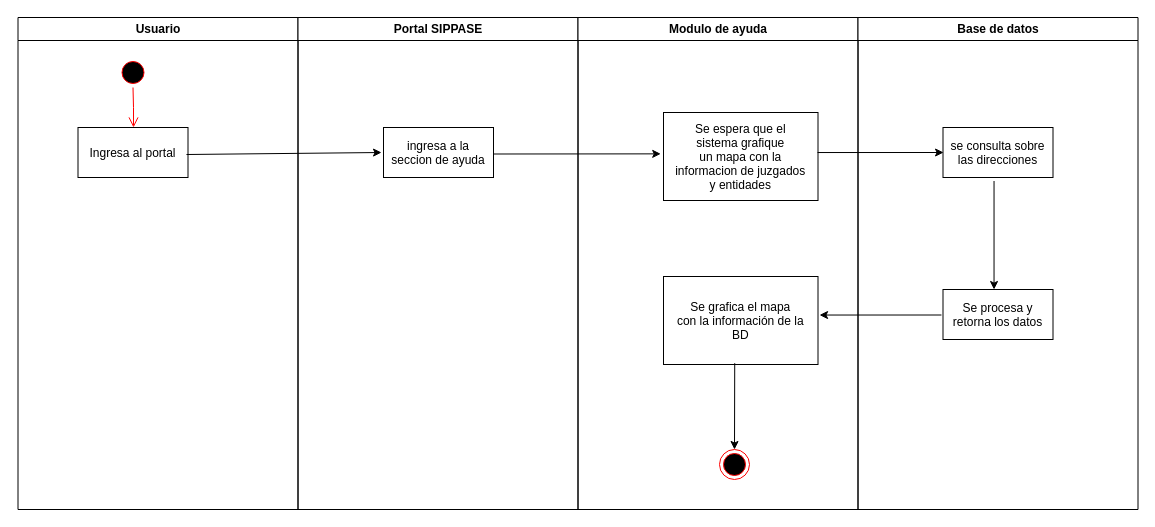
Above: Untitled Diagram.drawio in diego-adrian/graficas (draw.io), before the change. Source tidied: cells renumbered, new cells numbered last; positions are measured from the earlier drawing's top-left corner, leaving out a move shared by most shapes. Both pictures are drawn from the tidied source at 100%, with x=0, y=0 at pixel (17, 17).
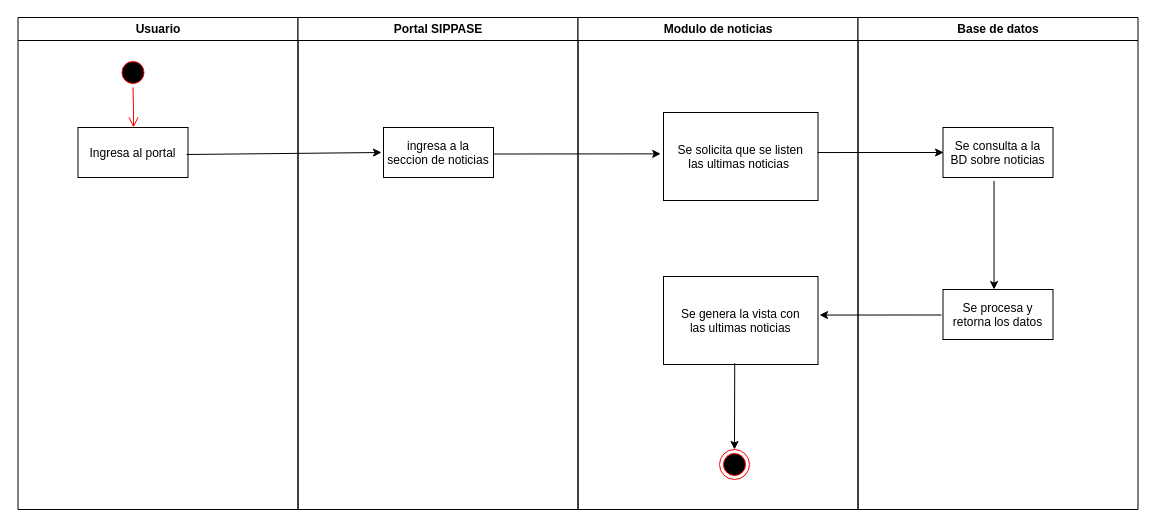
After the change.

The change refers to these unchanged cells:
```xml
<mxCell id="6" value="Portal SIPPASE" style="swimlane;whiteSpace=wrap;" parent="1" vertex="1">
  <mxGeometry x="280.5" width="280" height="492" as="geometry" />
</mxCell>
<mxCell id="14" value="Base de datos" style="swimlane;whiteSpace=wrap;" parent="1" vertex="1">
  <mxGeometry x="840.5" width="280" height="492" as="geometry" />
</mxCell>
```

Diff of the diagram source:
```diff
@@
-    <mxCell id="7" value="ingresa a la &#10;seccion de ayuda" parent="6" vertex="1">
+    <mxCell id="7" value="ingresa a la &#10;seccion de noticias" parent="6" vertex="1">
       <mxGeometry x="85.5" y="110" width="110" height="50" as="geometry" />
     </mxCell>
-    <mxCell id="8" value="Modulo de ayuda" style="swimlane;whiteSpace=wrap;" parent="1" vertex="1">
+    <mxCell id="8" value="Modulo de noticias" style="swimlane;whiteSpace=wrap;" parent="1" vertex="1">
       <mxGeometry x="560.5" width="280" height="492" as="geometry" />
     </mxCell>
-    <mxCell id="9" value="Se espera que el&#10;sistema grafique&#10;un mapa con la&#10;informacion de juzgados&#10;y entidades" parent="8" vertex="1">
+    <mxCell id="9" value="Se solicita que se listen&#10;las ultimas noticias " parent="8" vertex="1">
       <mxGeometry x="85.5" y="95" width="154.5" height="88" as="geometry" />
     </mxCell>
-    <mxCell id="10" value="Se grafica el mapa&#10;con la información de la&#10;BD" parent="8" vertex="1">
+    <mxCell id="10" value="Se genera la vista con&#10;las ultimas noticias" parent="8" vertex="1">
       <mxGeometry x="85.5" y="259" width="154.5" height="88" as="geometry" />
     </mxCell>
@@
-    <mxCell id="15" value="se consulta sobre&#10;las direcciones" parent="14" vertex="1">
+    <mxCell id="15" value="Se consulta a la&#10;BD sobre noticias" parent="14" vertex="1">
       <mxGeometry x="85" y="110" width="110" height="50" as="geometry" />
     </mxCell>
```
